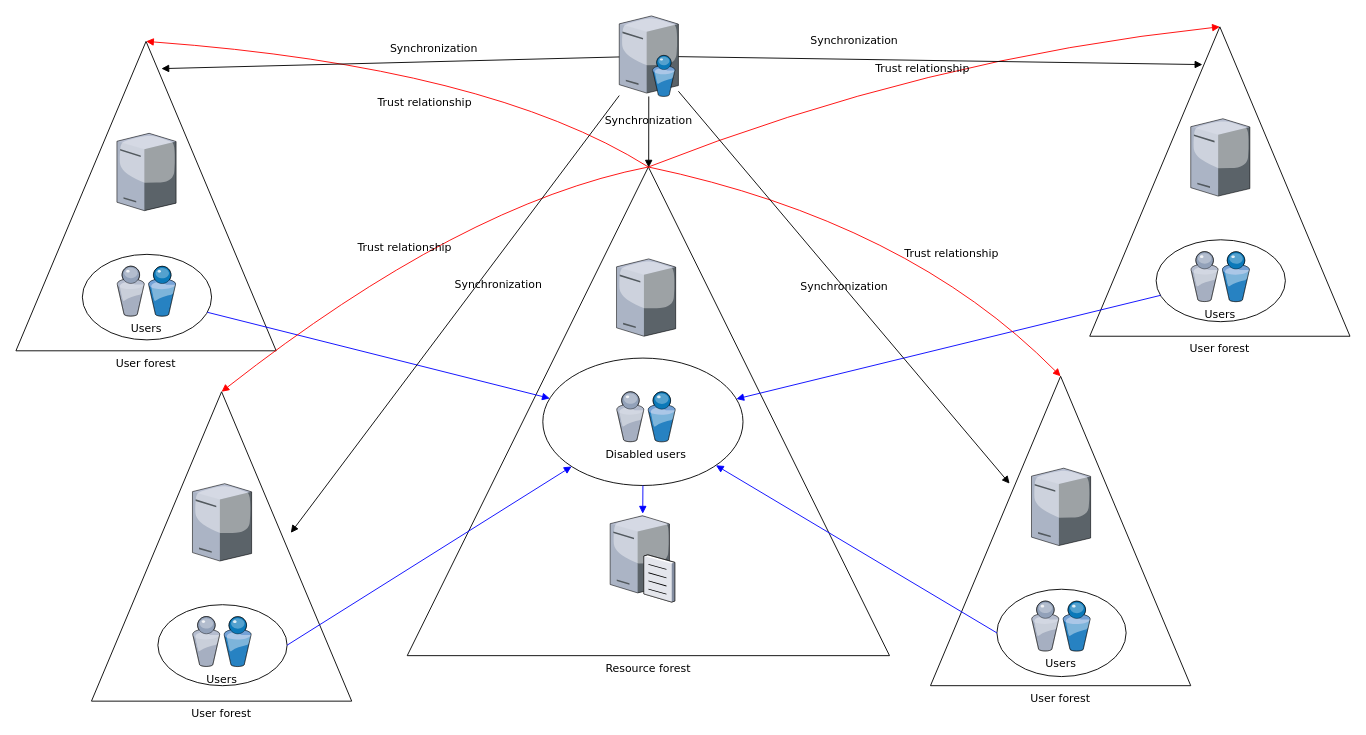
Before: Untitled Diagram.drawio in michaelrzn/Microsoft-Teams-Samples, a draw.io diagram. Source tidied: cells renumbered, new cells numbered last; positions are measured from the earlier drawing's top-left corner, leaving out a move shared by most shapes. Both pictures are drawn from the tidied source at 91%, with x=0, y=0 at pixel (15, 15).
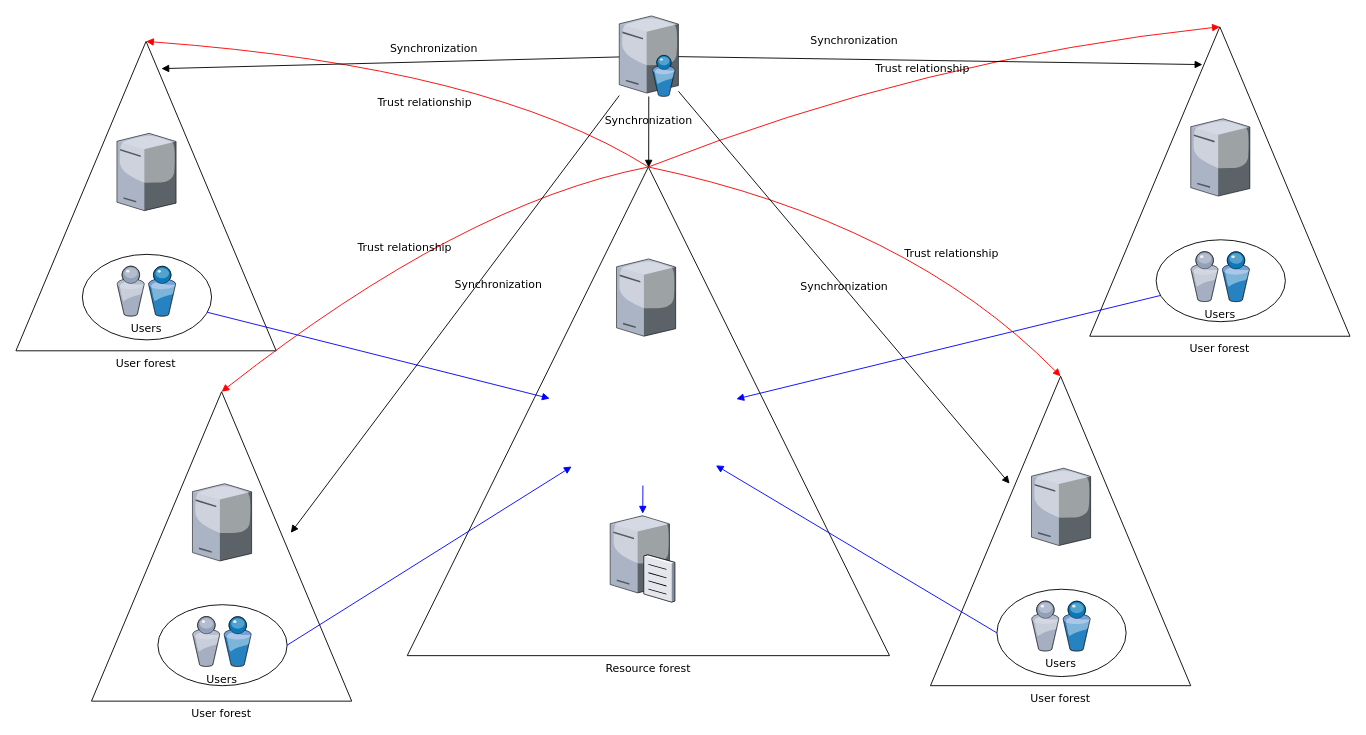
The same diagram, later.

Unchanged cells that the change refers to:
```xml
<mxCell id="4" style="ellipse;whiteSpace=wrap;html=1;rounded=0;shadow=0;comic=0;strokeWidth=1;fontFamily=Verdana;" parent="1" vertex="1">
  <mxGeometry x="73" y="262" width="142" height="94" as="geometry" />
</mxCell>
<mxCell id="6" style="verticalLabelPosition=bottom;html=1;verticalAlign=top;strokeColor=none;shape=mxgraph.citrix.file_server;rounded=0;shadow=0;comic=0;fontFamily=Verdana;" parent="1" vertex="1">
  <mxGeometry x="653" y="547" width="71" height="97" as="geometry" />
</mxCell>
<mxCell id="13" style="ellipse;whiteSpace=wrap;html=1;rounded=0;shadow=0;comic=0;strokeWidth=1;fontFamily=Verdana;" parent="1" vertex="1">
  <mxGeometry x="1253" y="246" width="142" height="90" as="geometry" />
</mxCell>
<mxCell id="25" style="ellipse;whiteSpace=wrap;html=1;rounded=0;shadow=0;comic=0;strokeWidth=1;fontFamily=Verdana;" parent="1" vertex="1">
  <mxGeometry x="156" y="647" width="142" height="89" as="geometry" />
</mxCell>
<mxCell id="29" style="ellipse;whiteSpace=wrap;html=1;rounded=0;shadow=0;comic=0;strokeWidth=1;fontFamily=Verdana;" parent="1" vertex="1">
  <mxGeometry x="1078" y="630" width="142" height="96" as="geometry" />
</mxCell>
```

What changed in the source:
```diff
@@
-    <mxCell id="9" style="ellipse;whiteSpace=wrap;html=1;rounded=0;shadow=0;comic=0;strokeWidth=1;fontFamily=Verdana;" parent="1" vertex="1">
-      <mxGeometry x="579" y="376" width="220" height="140" as="geometry" />
-    </mxCell>
-    <mxCell id="10" value="Disabled users" style="verticalLabelPosition=bottom;html=1;verticalAlign=top;strokeColor=none;shape=mxgraph.citrix.users;rounded=0;shadow=0;comic=0;fontFamily=Verdana;" parent="1" vertex="1">
-      <mxGeometry x="660" y="413" width="64.5" height="55" as="geometry" />
-    </mxCell>
@@
-    <mxCell id="16" style="rounded=0;html=1;labelBackgroundColor=none;startArrow=none;startFill=0;endArrow=block;endFill=1;strokeColor=#0000FF;strokeWidth=1;fontFamily=Verdana;fontSize=12;" parent="1" edge="1" source="13" target="9">
-      <mxGeometry relative="1" as="geometry" />
+    <mxCell id="16" style="rounded=0;html=1;labelBackgroundColor=none;startArrow=none;startFill=0;endArrow=block;endFill=1;strokeColor=#0000FF;strokeWidth=1;fontFamily=Verdana;fontSize=12;" parent="1" edge="1" source="13">
+      <mxGeometry relative="1" as="geometry">
+        <mxPoint x="791.7" y="421" as="targetPoint" />
+      </mxGeometry>
     </mxCell>
-    <mxCell id="17" style="rounded=0;html=1;labelBackgroundColor=none;startArrow=none;startFill=0;endArrow=block;endFill=1;strokeColor=#0000FF;strokeWidth=1;fontFamily=Verdana;fontSize=12;" parent="1" edge="1" source="4" target="9">
-      <mxGeometry relative="1" as="geometry" />
+    <mxCell id="17" style="rounded=0;html=1;labelBackgroundColor=none;startArrow=none;startFill=0;endArrow=block;endFill=1;strokeColor=#0000FF;strokeWidth=1;fontFamily=Verdana;fontSize=12;" parent="1" edge="1" source="4">
+      <mxGeometry relative="1" as="geometry">
+        <mxPoint x="586.6" y="420.4" as="targetPoint" />
+      </mxGeometry>
     </mxCell>
-    <mxCell id="18" style="edgeStyle=none;rounded=0;html=1;exitX=0.5;exitY=1;labelBackgroundColor=none;startArrow=none;startFill=0;endArrow=block;endFill=1;strokeColor=#0000FF;strokeWidth=1;fontFamily=Verdana;fontSize=12;fontColor=#000000;" parent="1" edge="1" source="9" target="6">
-      <mxGeometry relative="1" as="geometry" />
+    <mxCell id="18" style="edgeStyle=none;rounded=0;html=1;exitX=0.5;exitY=1;labelBackgroundColor=none;startArrow=none;startFill=0;endArrow=block;endFill=1;strokeColor=#0000FF;strokeWidth=1;fontFamily=Verdana;fontSize=12;fontColor=#000000;" parent="1" edge="1" target="6">
+      <mxGeometry relative="1" as="geometry">
+        <mxPoint x="689" y="516" as="sourcePoint" />
+      </mxGeometry>
     </mxCell>
@@
-    <mxCell id="32" style="edgeStyle=none;rounded=0;html=1;exitX=1;exitY=0.5;labelBackgroundColor=none;startFill=0;endArrow=block;endFill=1;strokeColor=#0000FF;strokeWidth=1;fontFamily=Verdana;fontSize=12;" parent="1" edge="1" source="25" target="9">
-      <mxGeometry relative="1" as="geometry" />
+    <mxCell id="32" style="edgeStyle=none;rounded=0;html=1;exitX=1;exitY=0.5;labelBackgroundColor=none;startFill=0;endArrow=block;endFill=1;strokeColor=#0000FF;strokeWidth=1;fontFamily=Verdana;fontSize=12;" parent="1" edge="1" source="25">
+      <mxGeometry relative="1" as="geometry">
+        <mxPoint x="610.7" y="495.2" as="targetPoint" />
+      </mxGeometry>
     </mxCell>
-    <mxCell id="33" style="edgeStyle=none;rounded=0;html=1;exitX=0;exitY=0.5;labelBackgroundColor=none;startFill=0;endArrow=block;endFill=1;strokeColor=#0000FF;strokeWidth=1;fontFamily=Verdana;fontSize=12;" parent="1" edge="1" source="29" target="9">
-      <mxGeometry relative="1" as="geometry" />
+    <mxCell id="33" style="edgeStyle=none;rounded=0;html=1;exitX=0;exitY=0.5;labelBackgroundColor=none;startFill=0;endArrow=block;endFill=1;strokeColor=#0000FF;strokeWidth=1;fontFamily=Verdana;fontSize=12;" parent="1" edge="1" source="29">
+      <mxGeometry relative="1" as="geometry">
+        <mxPoint x="769.2" y="493.9" as="targetPoint" />
+      </mxGeometry>
     </mxCell>
```
